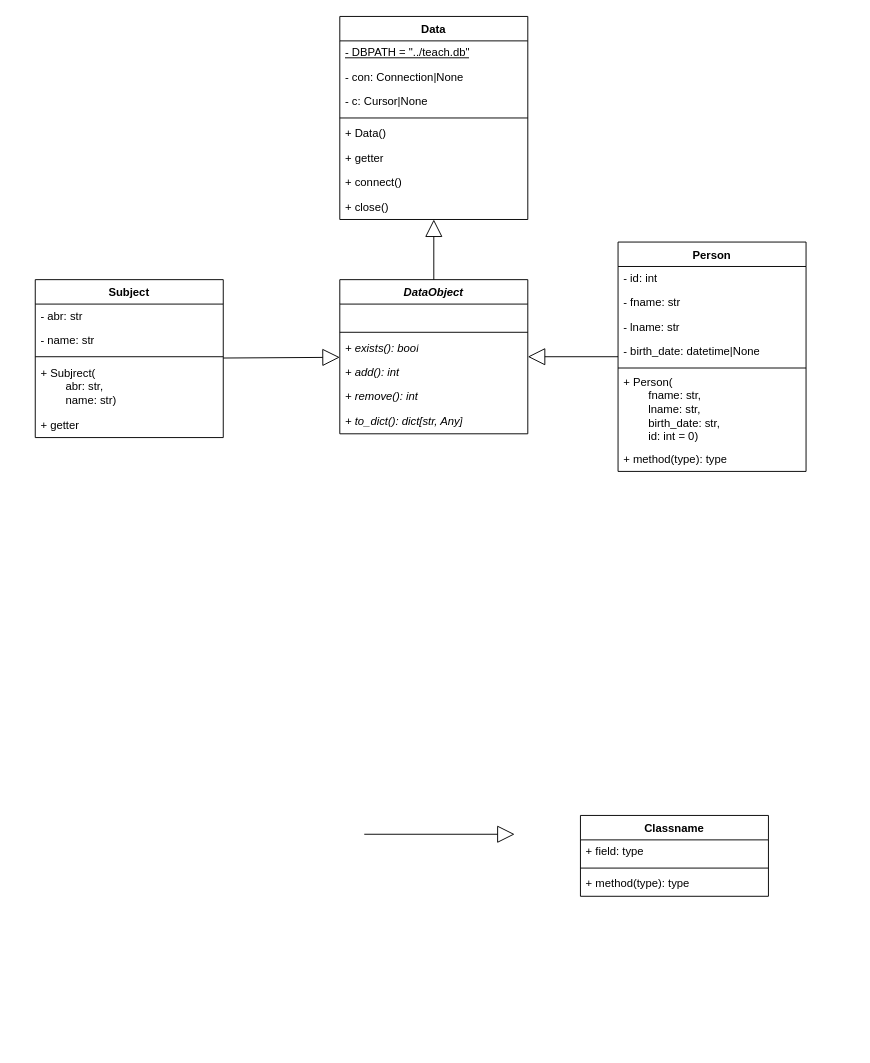
This is drafts/database.drawio from elma1989/teach, a draw.io file, before an edit. Source tidied: cells renumbered, new cells numbered last; positions are measured from the earlier drawing's top-left corner, leaving out a move shared by most shapes. Both pictures are drawn from the tidied source at 94%, with x=0, y=0 at pixel (35, 16).
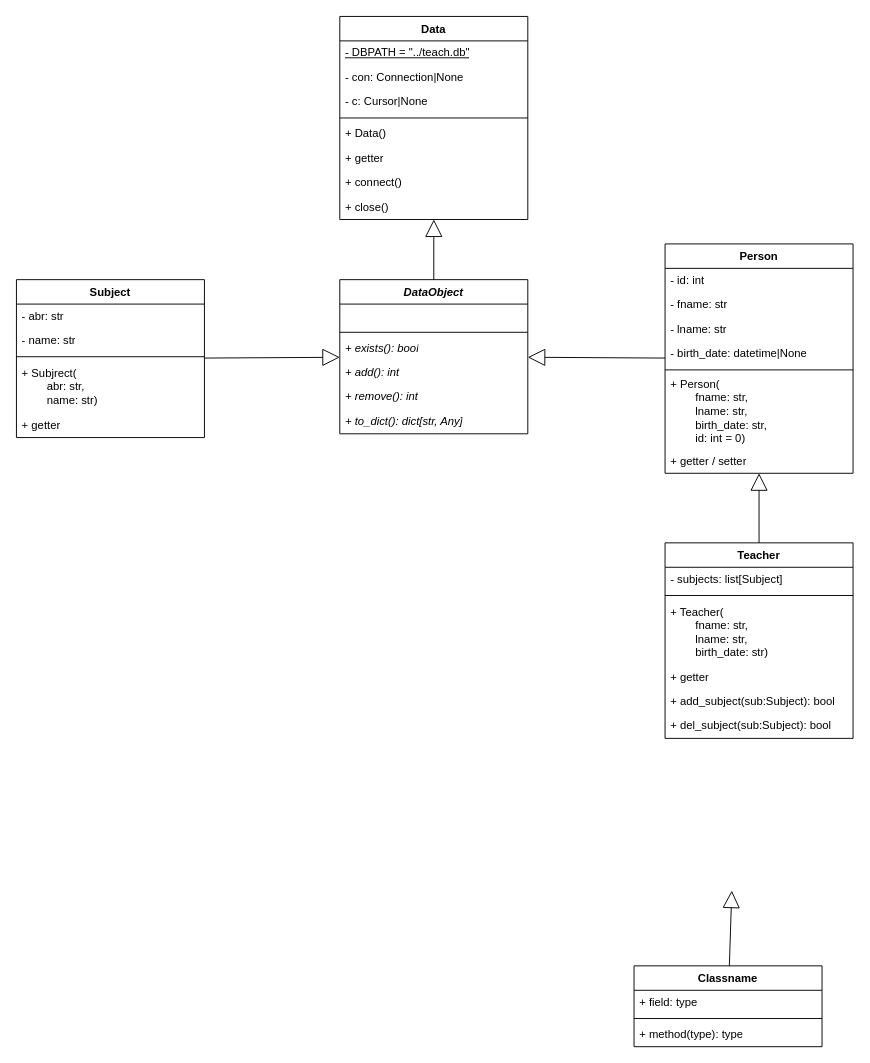
After the change.

The edit, as a diff of the source:
```diff
@@
     <mxCell id="2" value="Classname" style="swimlane;fontStyle=1;align=center;verticalAlign=top;horizontal=1;startSize=26;whiteSpace=wrap;html=1;" parent="1" vertex="1">
-      <mxGeometry x="580" y="850" width="200" height="86" as="geometry" />
+      <mxGeometry x="637" y="1010" width="200" height="86" as="geometry" />
     </mxCell>
@@
-    <mxCell id="22" style="endArrow=block;endSize=16;endFill=0;html=1;rounded=0;" parent="1" edge="1">
+    <mxCell id="22" style="endArrow=block;endSize=16;endFill=0;html=1;rounded=0;" parent="1" edge="1" source="2">
       <mxGeometry relative="1" as="geometry">
-        <mxPoint x="350" y="870" as="sourcePoint" />
-        <mxPoint x="510" y="870" as="targetPoint" />
+        <mxPoint x="741" y="930" as="targetPoint" />
       </mxGeometry>
     </mxCell>
@@
     <mxCell id="24" value="Subject" style="swimlane;fontStyle=1;align=center;verticalAlign=top;horizontal=1;startSize=26;whiteSpace=wrap;html=1;" parent="1" vertex="1">
-      <mxGeometry y="280" width="200" height="168" as="geometry" />
+      <mxGeometry x="-20" y="280" width="200" height="168" as="geometry" />
     </mxCell>
@@
     <mxCell id="31" value="Person" style="swimlane;fontStyle=1;align=center;verticalAlign=top;horizontal=1;startSize=26;whiteSpace=wrap;html=1;" parent="1" vertex="1">
-      <mxGeometry x="620" y="240" width="200" height="244" as="geometry" />
+      <mxGeometry x="670" y="242" width="200" height="244" as="geometry" />
     </mxCell>
@@
-    <mxCell id="38" value="+ method(type): type" style="text;strokeColor=none;fillColor=none;align=left;verticalAlign=top;spacingLeft=4;spacingRight=4;overflow=hidden;whiteSpace=wrap;html=1;" parent="31" vertex="1">
+    <mxCell id="38" value="+ getter / setter" style="text;strokeColor=none;fillColor=none;align=left;verticalAlign=top;spacingLeft=4;spacingRight=4;overflow=hidden;whiteSpace=wrap;html=1;" parent="31" vertex="1">
       <mxGeometry y="218" width="200" height="26" as="geometry" />
     </mxCell>
@@
+    <mxCell id="40" value="Teacher" style="swimlane;fontStyle=1;align=center;verticalAlign=top;horizontal=1;startSize=26;whiteSpace=wrap;html=1;" parent="1" vertex="1">
+      <mxGeometry x="670" y="560" width="200" height="208" as="geometry" />
+    </mxCell>
+    <mxCell id="41" value="- subjects: list[Subject]" style="text;strokeColor=none;fillColor=none;align=left;verticalAlign=middle;spacingLeft=4;spacingRight=4;overflow=hidden;whiteSpace=wrap;html=1;" parent="40" vertex="1">
+      <mxGeometry y="26" width="200" height="26" as="geometry" />
+    </mxCell>
+    <mxCell id="42" style="line;strokeWidth=1;fillColor=none;align=left;verticalAlign=middle;spacingTop=-1;spacingLeft=3;spacingRight=3;labelPosition=right;strokeColor=inherit;" parent="40" vertex="1">
+      <mxGeometry y="52" width="200" height="8" as="geometry" />
+    </mxCell>
+    <mxCell id="43" value="&lt;div&gt;+ Teacher(&lt;/div&gt;&lt;div&gt;&lt;span style=&quot;white-space: pre;&quot;&gt;&#9;&lt;/span&gt;fname: str,&lt;/div&gt;&lt;div&gt;&lt;span style=&quot;white-space: pre;&quot;&gt;&#9;&lt;/span&gt;lname: str,&lt;/div&gt;&lt;div&gt;&lt;span style=&quot;white-space: pre;&quot;&gt;&#9;&lt;/span&gt;birth_date: str)&lt;br&gt;&lt;/div&gt;" style="text;strokeColor=none;fillColor=none;align=left;verticalAlign=middle;spacingLeft=4;spacingRight=4;overflow=hidden;whiteSpace=wrap;html=1;" parent="40" vertex="1">
+      <mxGeometry y="60" width="200" height="70" as="geometry" />
+    </mxCell>
+    <mxCell id="44" value="+ getter" style="text;strokeColor=none;fillColor=none;align=left;verticalAlign=middle;spacingLeft=4;spacingRight=4;overflow=hidden;whiteSpace=wrap;html=1;" parent="40" vertex="1">
+      <mxGeometry y="130" width="200" height="26" as="geometry" />
+    </mxCell>
+    <mxCell id="45" value="+ add_subject(sub:Subject): bool" style="text;strokeColor=none;fillColor=none;align=left;verticalAlign=middle;spacingLeft=4;spacingRight=4;overflow=hidden;whiteSpace=wrap;html=1;" parent="40" vertex="1">
+      <mxGeometry y="156" width="200" height="26" as="geometry" />
+    </mxCell>
+    <mxCell id="46" value="+ del_subject(sub:Subject): bool" style="text;strokeColor=none;fillColor=none;align=left;verticalAlign=middle;spacingLeft=4;spacingRight=4;overflow=hidden;whiteSpace=wrap;html=1;" parent="40" vertex="1">
+      <mxGeometry y="182" width="200" height="26" as="geometry" />
+    </mxCell>
+    <mxCell id="47" style="endArrow=block;endSize=16;endFill=0;html=1;rounded=0;" parent="1" edge="1" source="40" target="31">
+      <mxGeometry relative="1" as="geometry" />
+    </mxCell>
```
